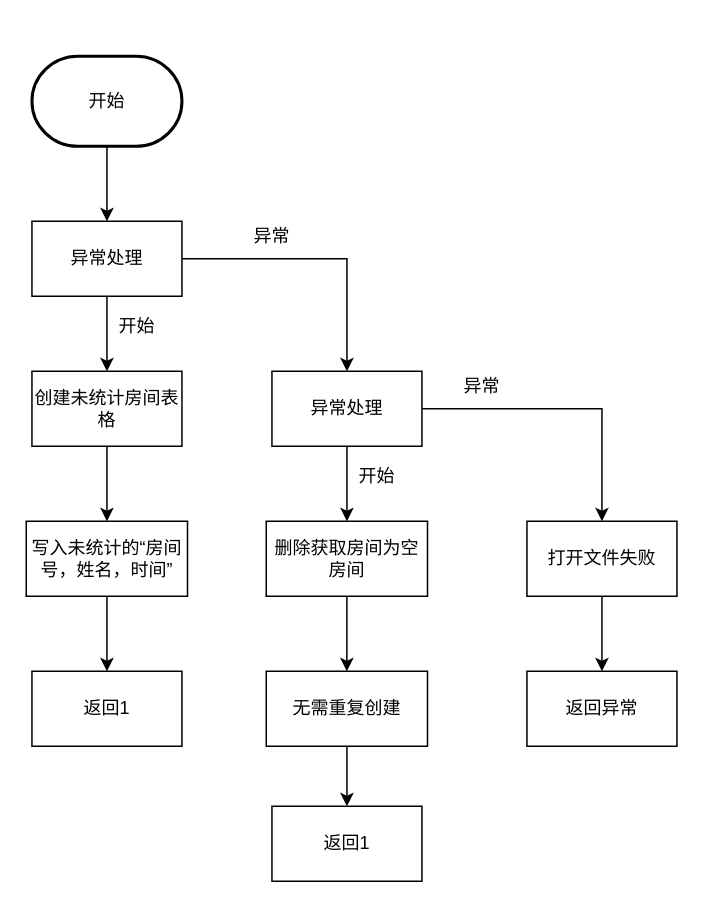
This is page "创建表格" (4 of 12) of Diagram Tanpa Judul.drawio from huangbaozhi/UML, a draw.io file, before an edit. Source tidied: cells renumbered, new cells numbered last; positions are measured from the earlier drawing's top-left corner, leaving out a move shared by most shapes. Both pictures are drawn from the tidied source at 150%, with x=0, y=0 at pixel (26, 56).
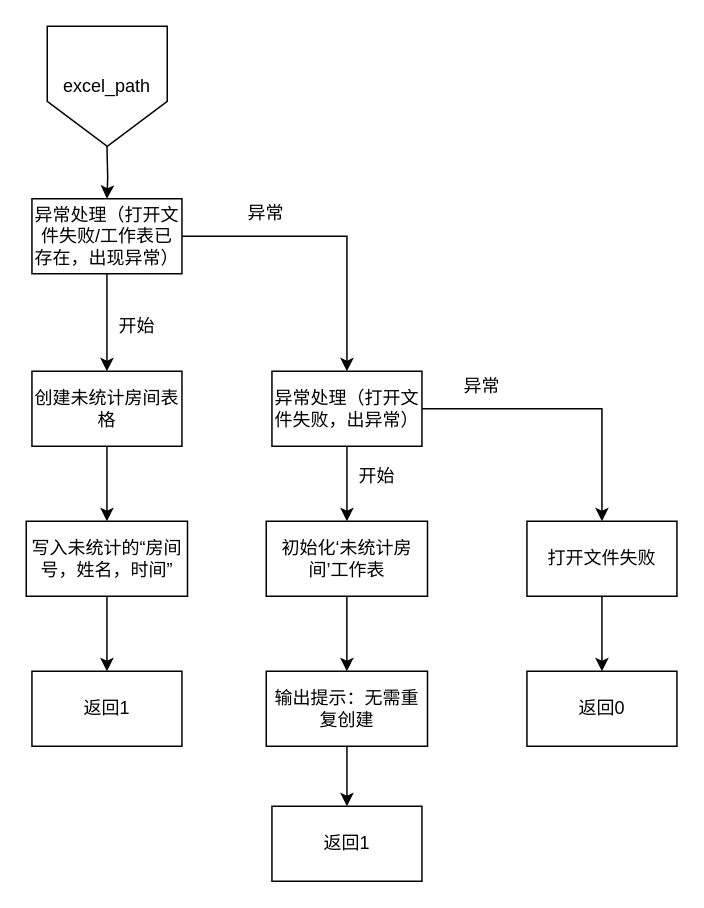
The same page after the edit.

Change to the diagram source:
```diff
@@
-    <mxCell id="2" style="edgeStyle=orthogonalEdgeStyle;rounded=0;jettySize=auto;html=1;" parent="1" edge="1" source="3" target="6">
-      <mxGeometry relative="1" as="geometry" />
+    <mxCell id="2" style="edgeStyle=orthogonalEdgeStyle;rounded=0;jettySize=auto;html=1;" parent="1" edge="1" target="6">
+      <mxGeometry relative="1" as="geometry">
+        <mxPoint x="53.8" y="60" as="sourcePoint" />
+      </mxGeometry>
     </mxCell>
-    <mxCell id="3" value="开始" style="strokeWidth=2;html=1;shape=mxgraph.flowchart.terminator;whiteSpace=wrap;" parent="1" vertex="1">
-      <mxGeometry x="3.8" width="100" height="60" as="geometry" />
-    </mxCell>
@@
-    <mxCell id="6" value="异常处理" style="rounded=0;whiteSpace=wrap;html=1;" parent="1" vertex="1">
-      <mxGeometry x="3.8" y="110" width="100" height="50" as="geometry" />
+    <mxCell id="6" value="异常处理（打开文件失败/工作表已存在，出现异常）" style="rounded=0;whiteSpace=wrap;html=1;" parent="1" vertex="1">
+      <mxGeometry x="3.8" y="95" width="100" height="50" as="geometry" />
     </mxCell>
@@
-    <mxCell id="15" value="异常处理" style="rounded=0;whiteSpace=wrap;html=1;" parent="1" vertex="1">
+    <mxCell id="15" value="异常处理（打开文件失败，出异常）" style="rounded=0;whiteSpace=wrap;html=1;" parent="1" vertex="1">
       <mxGeometry x="163.8" y="210" width="100" height="50" as="geometry" />
     </mxCell>
     <mxCell id="16" value="异常" style="text;html=1;strokeColor=none;fillColor=none;align=center;verticalAlign=middle;whiteSpace=wrap;rounded=0;" parent="1" vertex="1">
-      <mxGeometry x="143.8" y="110" width="40" height="20" as="geometry" />
+      <mxGeometry x="140" y="95" width="40" height="20" as="geometry" />
     </mxCell>
@@
-    <mxCell id="18" value="删除获取房间为空房间" style="rounded=0;whiteSpace=wrap;html=1;" parent="1" vertex="1">
+    <mxCell id="18" value="初始化‘未统计房间’工作表" style="rounded=0;whiteSpace=wrap;html=1;" parent="1" vertex="1">
       <mxGeometry x="160" y="310" width="107.5" height="50" as="geometry" />
     </mxCell>
@@
-    <mxCell id="20" value="无需重复创建" style="rounded=0;whiteSpace=wrap;html=1;" parent="1" vertex="1">
+    <mxCell id="20" value="输出提示：无需重复创建" style="rounded=0;whiteSpace=wrap;html=1;" parent="1" vertex="1">
       <mxGeometry x="160" y="410" width="107.5" height="50" as="geometry" />
     </mxCell>
@@
-    <mxCell id="25" value="返回异常" style="rounded=0;whiteSpace=wrap;html=1;" parent="1" vertex="1">
+    <mxCell id="25" value="返回0" style="rounded=0;whiteSpace=wrap;html=1;" parent="1" vertex="1">
       <mxGeometry x="333.8" y="410" width="100" height="50" as="geometry" />
     </mxCell>
@@
+    <mxCell id="27" value="excel_path" style="shape=offPageConnector;whiteSpace=wrap;html=1;" parent="1" vertex="1">
+      <mxGeometry x="14" y="-20" width="80" height="80" as="geometry" />
+    </mxCell>
```
